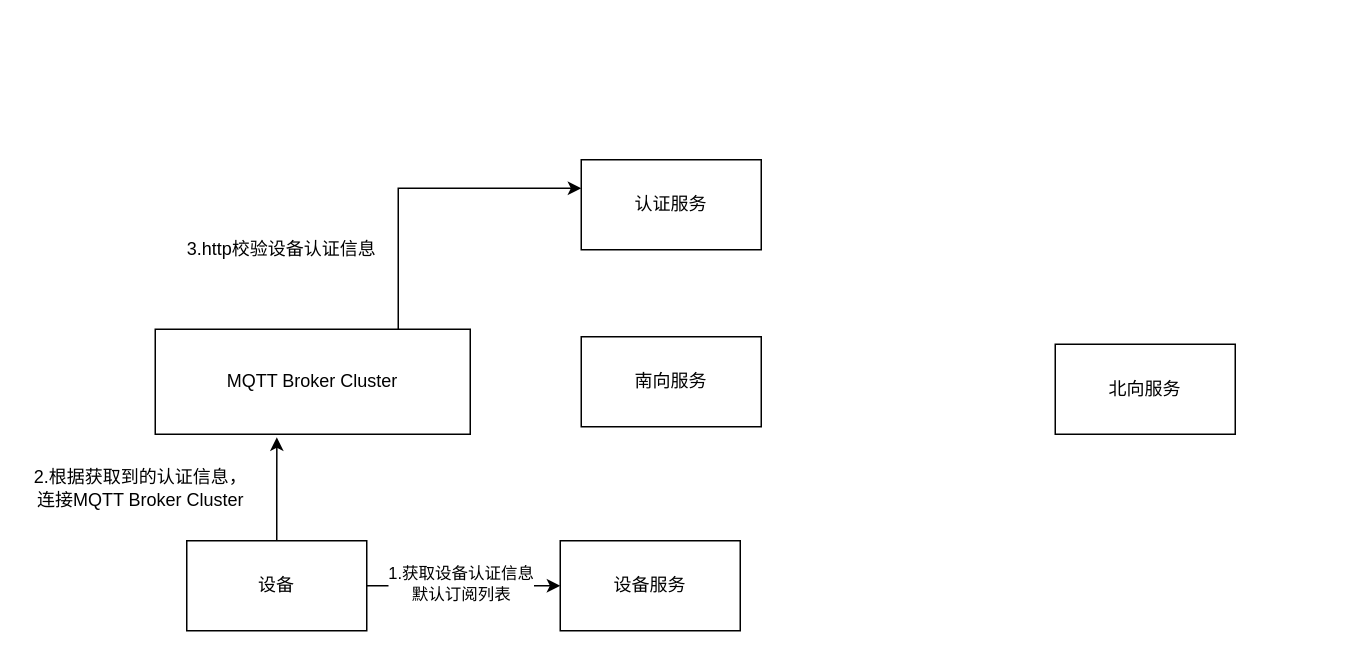
The draw.io diagram 设备消息解析流程图.drawio in wjwzero/DesignDrawing-, before the edit. Source tidied: cells renumbered, new cells numbered last; positions are measured from the earlier drawing's top-left corner, leaving out a move shared by most shapes. Both pictures are drawn from the tidied source at 150%, with x=0, y=0 at pixel (26, 159).
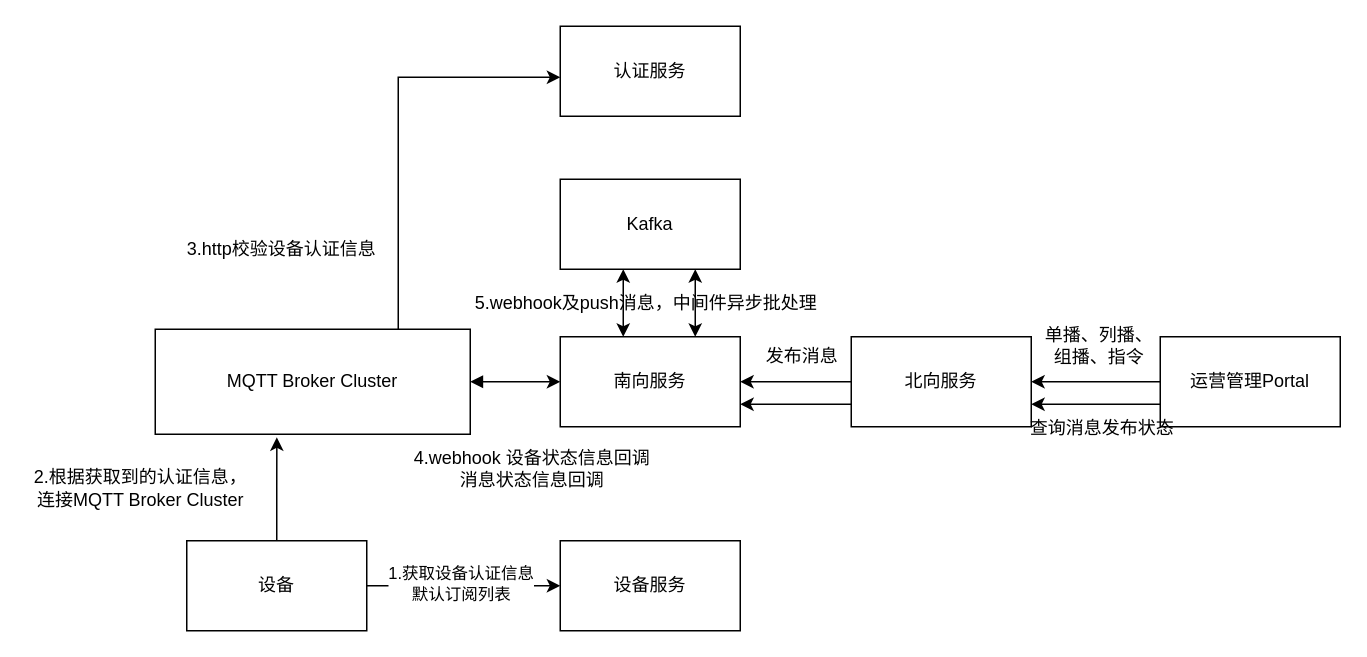
The same diagram, later.

Commit message (it also covers changes not shown here):
更新设备消息解析流程图.drawio

The change refers to these unchanged cells:
```xml
<mxCell id="3" value="MQTT Broker Cluster" style="rounded=0;whiteSpace=wrap;html=1;" parent="1" vertex="1">
  <mxGeometry x="86" y="113" width="210" height="70" as="geometry" />
</mxCell>
```

Change to the diagram source:
```diff
@@
     <mxCell id="2" style="edgeStyle=orthogonalEdgeStyle;rounded=0;jettySize=auto;html=1;" parent="1" edge="1" source="3" target="4">
       <mxGeometry relative="1" as="geometry">
         <Array as="points">
-          <mxPoint x="248" y="19" />
+          <mxPoint x="248" y="-55" />
         </Array>
       </mxGeometry>
     </mxCell>
+    <mxCell id="14" style="edgeStyle=orthogonalEdgeStyle;rounded=0;jettySize=auto;html=1;startArrow=block;startFill=1;" parent="1" edge="1" source="3" target="5">
+      <mxGeometry relative="1" as="geometry" />
+    </mxCell>
@@
     <mxCell id="4" value="认证服务" style="rounded=0;whiteSpace=wrap;html=1;" parent="1" vertex="1">
-      <mxGeometry x="370" width="120" height="60" as="geometry" />
+      <mxGeometry x="356" y="-89" width="120" height="60" as="geometry" />
     </mxCell>
+    <mxCell id="15" style="edgeStyle=orthogonalEdgeStyle;rounded=0;jettySize=auto;html=1;startArrow=classic;startFill=1;" parent="1" edge="1" source="5" target="10">
+      <mxGeometry relative="1" as="geometry">
+        <Array as="points">
+          <mxPoint x="446" y="90" />
+          <mxPoint x="446" y="90" />
+        </Array>
+      </mxGeometry>
+    </mxCell>
     <mxCell id="5" value="南向服务" style="rounded=0;whiteSpace=wrap;html=1;" parent="1" vertex="1">
-      <mxGeometry x="370" y="118" width="120" height="60" as="geometry" />
+      <mxGeometry x="356" y="118" width="120" height="60" as="geometry" />
     </mxCell>
@@
-    <mxCell id="10" value="北向服务" style="rounded=0;whiteSpace=wrap;html=1;" parent="1" vertex="1">
-      <mxGeometry x="686" y="123" width="120" height="60" as="geometry" />
+    <mxCell id="10" value="Kafka" style="rounded=0;whiteSpace=wrap;html=1;" parent="1" vertex="1">
+      <mxGeometry x="356" y="13" width="120" height="60" as="geometry" />
     </mxCell>
@@
+    <mxCell id="16" style="edgeStyle=orthogonalEdgeStyle;rounded=0;jettySize=auto;html=1;" parent="1" edge="1" source="18" target="5">
+      <mxGeometry relative="1" as="geometry" />
+    </mxCell>
+    <mxCell id="17" style="edgeStyle=orthogonalEdgeStyle;rounded=0;jettySize=auto;html=1;exitX=0;exitY=0.75;exitDx=0;exitDy=0;entryX=1;entryY=0.75;entryDx=0;entryDy=0;startArrow=none;startFill=0;" parent="1" edge="1" source="18" target="5">
+      <mxGeometry relative="1" as="geometry" />
+    </mxCell>
+    <mxCell id="18" value="北向服务" style="rounded=0;whiteSpace=wrap;html=1;" parent="1" vertex="1">
+      <mxGeometry x="550" y="118" width="120" height="60" as="geometry" />
+    </mxCell>
+    <mxCell id="19" value="4.webhook 设备状态信息回调&lt;br&gt;消息状态信息回调" style="text;html=1;align=center;verticalAlign=middle;" parent="1" vertex="1">
+      <mxGeometry x="253" y="190" width="167" height="32" as="geometry" />
+    </mxCell>
+    <mxCell id="20" style="edgeStyle=orthogonalEdgeStyle;rounded=0;jettySize=auto;html=1;" parent="1" edge="1" source="22" target="18">
+      <mxGeometry relative="1" as="geometry" />
+    </mxCell>
+    <mxCell id="21" style="edgeStyle=orthogonalEdgeStyle;rounded=0;jettySize=auto;html=1;exitX=0;exitY=0.75;exitDx=0;exitDy=0;entryX=1;entryY=0.75;entryDx=0;entryDy=0;startArrow=none;startFill=0;" parent="1" edge="1" source="22" target="18">
+      <mxGeometry relative="1" as="geometry" />
+    </mxCell>
+    <mxCell id="22" value="&lt;p class=&quot;p0&quot; style=&quot;margin-top: 0pt ; margin-bottom: 0pt&quot;&gt;&lt;span&gt;运营管理&lt;font style=&quot;font-size: 12px&quot;&gt;Portal&lt;/font&gt;&lt;/span&gt;&lt;/p&gt;" style="rounded=0;whiteSpace=wrap;html=1;" parent="1" vertex="1">
+      <mxGeometry x="756" y="118" width="120" height="60" as="geometry" />
+    </mxCell>
+    <mxCell id="23" value="发布消息" style="text;html=1;align=center;verticalAlign=middle;" parent="1" vertex="1">
+      <mxGeometry x="488" y="122" width="58" height="18" as="geometry" />
+    </mxCell>
+    <mxCell id="24" value="单播、列播、&lt;br&gt;组播、指令" style="text;html=1;align=center;verticalAlign=middle;" parent="1" vertex="1">
+      <mxGeometry x="674" y="108" width="82" height="32" as="geometry" />
+    </mxCell>
+    <mxCell id="25" value="5.webhook及push消息，中间件异步批处理" style="text;html=1;align=center;verticalAlign=middle;" parent="1" vertex="1">
+      <mxGeometry x="294" y="87" width="238" height="18" as="geometry" />
+    </mxCell>
+    <mxCell id="26" style="edgeStyle=orthogonalEdgeStyle;rounded=0;jettySize=auto;html=1;startArrow=classic;startFill=1;" parent="1" edge="1" source="5" target="10">
+      <mxGeometry relative="1" as="geometry">
+        <Array as="points">
+          <mxPoint x="398" y="94" />
+          <mxPoint x="398" y="94" />
+        </Array>
+      </mxGeometry>
+    </mxCell>
+    <mxCell id="27" value="查询消息发布状态" style="text;html=1;align=center;verticalAlign=middle;" parent="1" vertex="1">
+      <mxGeometry x="664" y="170" width="106" height="18" as="geometry" />
+    </mxCell>
```
